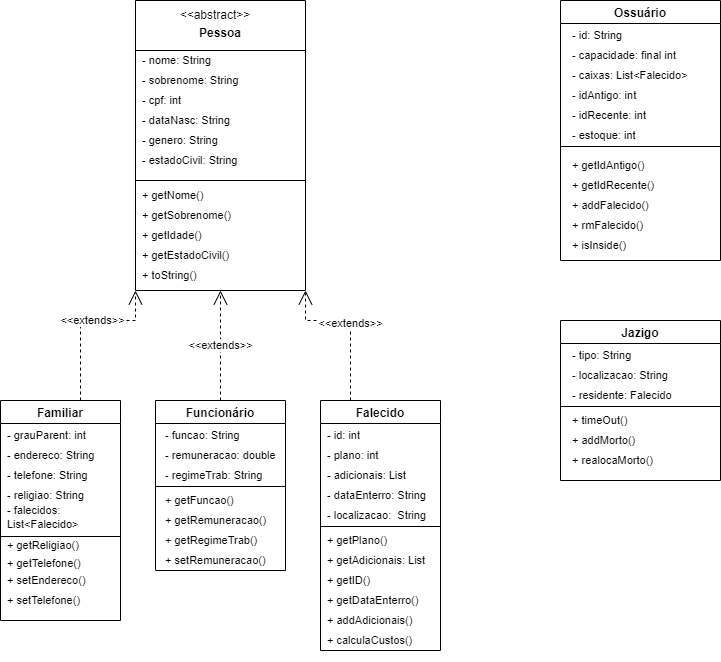
Above: Diagrama_cemiterio.png in cemiterioPOO/Cemiterio (draw.io), before the change. Source tidied: cells renumbered, new cells last; positions are measured from the earlier drawing's top-left corner, leaving out a move shared by most shapes.
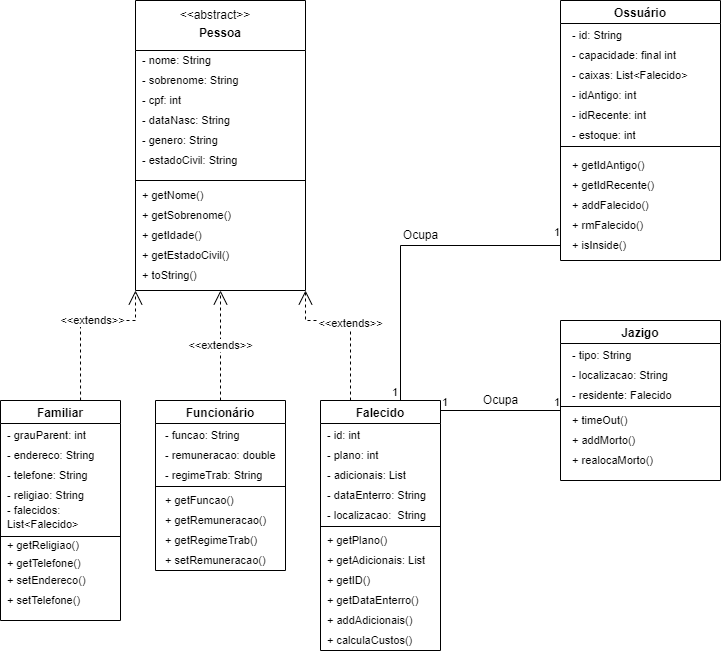
Above is the later version.

The edit, as a diff of the source:
```diff
@@ -229,5 +229,41 @@
         </Array>
       </mxGeometry>
     </mxCell>
+    <mxCell id="73" style="endArrow=none;html=1;edgeStyle=orthogonalEdgeStyle;rounded=0;" parent="1" edge="1">
+      <mxGeometry relative="1" as="geometry">
+        <mxPoint x="440" y="410" as="sourcePoint" />
+        <mxPoint x="560" y="410" as="targetPoint" />
+      </mxGeometry>
+    </mxCell>
+    <mxCell id="74" value="1" style="edgeLabel;html=1;align=left;verticalAlign=bottom;" parent="73" vertex="1">
+      <mxGeometry x="-1" relative="1" as="geometry" />
+    </mxCell>
+    <mxCell id="75" value="1" style="edgeLabel;html=1;align=right;verticalAlign=bottom;" parent="73" vertex="1">
+      <mxGeometry x="1" relative="1" as="geometry" />
+    </mxCell>
+    <mxCell id="76" value="Ocupa" style="text;html=1;align=center;verticalAlign=middle;strokeColor=none;fillColor=none;" parent="1" vertex="1">
+      <mxGeometry x="470" y="385" width="60" height="30" as="geometry" />
+    </mxCell>
+    <mxCell id="77" style="endArrow=none;html=1;edgeStyle=orthogonalEdgeStyle;rounded=0;" parent="1" edge="1" source="44">
+      <mxGeometry relative="1" as="geometry">
+        <mxPoint x="560.4" y="245" as="targetPoint" />
+        <Array as="points">
+          <mxPoint x="400" y="245" />
+        </Array>
+      </mxGeometry>
+    </mxCell>
+    <mxCell id="78" value="1" style="edgeLabel;html=1;align=left;verticalAlign=bottom;" parent="77" vertex="1">
+      <mxGeometry x="-1" relative="1" as="geometry">
+        <mxPoint x="-10" as="offset" />
+      </mxGeometry>
+    </mxCell>
+    <mxCell id="79" value="1" style="edgeLabel;html=1;align=right;verticalAlign=bottom;" parent="77" vertex="1">
+      <mxGeometry x="1" relative="1" as="geometry">
+        <mxPoint y="-5" as="offset" />
+      </mxGeometry>
+    </mxCell>
+    <mxCell id="80" value="Ocupa" style="text;html=1;align=center;verticalAlign=middle;strokeColor=none;fillColor=none;" parent="1" vertex="1">
+      <mxGeometry x="390" y="220" width="60" height="30" as="geometry" />
+    </mxCell>
   </root>
 </mxGraphModel>
```
